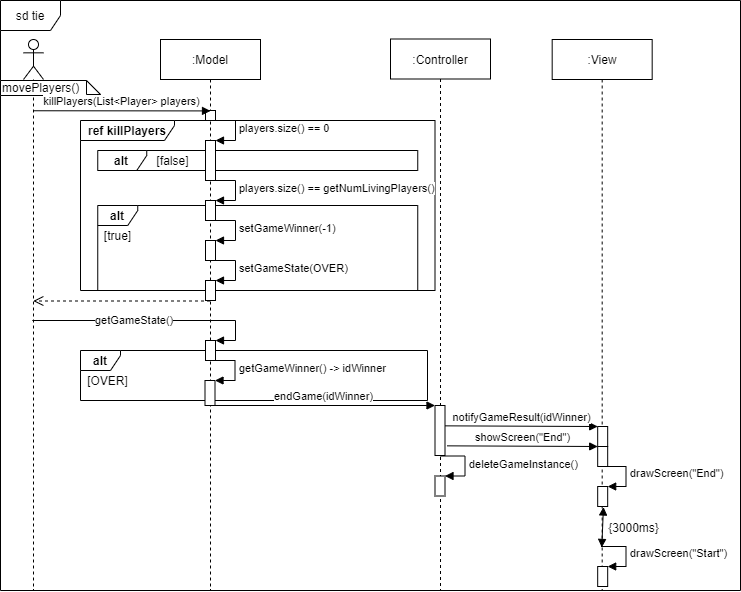
This is Doku/images/SD_UC8Tie.png from KjellooMelloo/gameoftrons, a draw.io export, as it was before one commit. Source tidied: cells renumbered, new cells last; positions are measured from the earlier drawing's top-left corner, leaving out a move shared by most shapes.
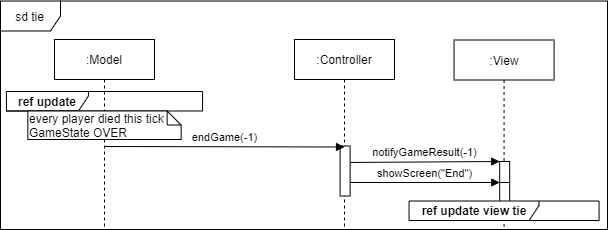
After the change.

Change to the diagram source:
```diff
@@ -3,188 +3,46 @@
     <mxCell id="0" />
     <mxCell id="1" parent="0" />
     <mxCell id="2" value="sd tie" style="shape=umlFrame;whiteSpace=wrap;html=1;fillColor=#ffffff;" parent="1" vertex="1">
-      <mxGeometry width="740" height="590" as="geometry" />
+      <mxGeometry x="-827" y="-618.5" width="607" height="228.5" as="geometry" />
     </mxCell>
-    <mxCell id="3" value="&lt;b&gt;alt&lt;/b&gt;" style="shape=umlFrame;whiteSpace=wrap;html=1;width=40;height=20;" parent="1" vertex="1">
-      <mxGeometry x="80" y="350" width="347" height="50" as="geometry" />
+    <mxCell id="3" value=":Model" style="shape=umlLifeline;perimeter=lifelinePerimeter;whiteSpace=wrap;html=1;" parent="1" vertex="1">
+      <mxGeometry x="-773" y="-580" width="100" height="190" as="geometry" />
     </mxCell>
-    <mxCell id="4" value="&lt;b&gt;alt&lt;/b&gt;" style="shape=umlFrame;whiteSpace=wrap;html=1;width=40;height=20;" parent="1" vertex="1">
-      <mxGeometry x="97.2" y="205" width="320" height="85" as="geometry" />
+    <mxCell id="4" value=":Controller" style="shape=umlLifeline;perimeter=lifelinePerimeter;whiteSpace=wrap;html=1;" parent="1" vertex="1">
+      <mxGeometry x="-533" y="-580" width="100" height="190" as="geometry" />
     </mxCell>
-    <mxCell id="5" value="&lt;b&gt;ref killPlayers&lt;/b&gt;" style="shape=umlFrame;whiteSpace=wrap;html=1;fillColor=#ffffff;width=94;height=20;" parent="1" vertex="1">
-      <mxGeometry x="80" y="120" width="354.5" height="170" as="geometry" />
+    <mxCell id="5" style="html=1;points=[];perimeter=orthogonalPerimeter;" parent="4" vertex="1">
+      <mxGeometry x="45.6" y="106.5" width="10" height="50" as="geometry" />
     </mxCell>
-    <mxCell id="6" value="&lt;b&gt;alt&lt;/b&gt;" style="shape=umlFrame;whiteSpace=wrap;html=1;fillColor=#ffffff;width=49;height=20;" parent="1" vertex="1">
-      <mxGeometry x="97.2" y="150" width="320" height="20" as="geometry" />
+    <mxCell id="6" value=":View" style="shape=umlLifeline;perimeter=lifelinePerimeter;whiteSpace=wrap;html=1;" parent="1" vertex="1">
+      <mxGeometry x="-373.4" y="-579.5" width="100" height="189.5" as="geometry" />
     </mxCell>
-    <mxCell id="7" value=":Model" style="shape=umlLifeline;perimeter=lifelinePerimeter;whiteSpace=wrap;html=1;outlineConnect=0;" parent="1" vertex="1">
-      <mxGeometry x="160" y="39" width="100" height="551" as="geometry" />
+    <mxCell id="7" style="html=1;points=[];perimeter=orthogonalPerimeter;" parent="6" vertex="1">
+      <mxGeometry x="45.6" y="142.5" width="10" height="20" as="geometry" />
     </mxCell>
-    <mxCell id="8" style="html=1;points=[];perimeter=orthogonalPerimeter;" parent="7" vertex="1">
-      <mxGeometry x="45" y="161" width="10" height="20" as="geometry" />
+    <mxCell id="8" style="html=1;points=[];perimeter=orthogonalPerimeter;" parent="6" vertex="1">
+      <mxGeometry x="45.6" y="121.5" width="10" height="21" as="geometry" />
     </mxCell>
-    <mxCell id="9" value="players.size() == getNumLivingPlayers()" style="edgeStyle=orthogonalEdgeStyle;html=1;align=left;spacingLeft=2;endArrow=block;rounded=0;entryX=1;entryY=0;" parent="7" edge="1" target="8">
-      <mxGeometry relative="1" as="geometry">
-        <mxPoint x="50" y="141" as="sourcePoint" />
-        <Array as="points">
-          <mxPoint x="75" y="141" />
-        </Array>
-      </mxGeometry>
+    <mxCell id="9" value="showScreen(&quot;End&quot;)" style="html=1;verticalAlign=bottom;endArrow=block;entryX=0;entryY=0;" parent="1" edge="1" source="5" target="7">
+      <mxGeometry relative="1" as="geometry" />
     </mxCell>
-    <mxCell id="10" style="html=1;points=[];perimeter=orthogonalPerimeter;" parent="7" vertex="1">
-      <mxGeometry x="45" y="201" width="10" height="20" as="geometry" />
+    <mxCell id="10" value="notifyGameResult(-1)" style="html=1;verticalAlign=bottom;endArrow=block;entryX=0;entryY=0;exitX=1.047;exitY=0.329;exitDx=0;exitDy=0;exitPerimeter=0;" parent="1" edge="1" source="5" target="8">
+      <mxGeometry relative="1" as="geometry" />
     </mxCell>
-    <mxCell id="11" value="setGameWinner(-1)" style="edgeStyle=orthogonalEdgeStyle;html=1;align=left;spacingLeft=2;endArrow=block;rounded=0;entryX=1;entryY=0;" parent="7" edge="1" target="10">
+    <mxCell id="11" value="endGame(-1)" style="html=1;verticalAlign=bottom;endArrow=block;" parent="1" edge="1">
       <mxGeometry relative="1" as="geometry">
-        <mxPoint x="50" y="181" as="sourcePoint" />
-        <Array as="points">
-          <mxPoint x="75" y="181" />
-        </Array>
+        <mxPoint x="-723.3" y="-473" as="sourcePoint" />
+        <mxPoint x="-483" y="-472.5" as="targetPoint" />
       </mxGeometry>
     </mxCell>
-    <mxCell id="12" style="html=1;points=[];perimeter=orthogonalPerimeter;" parent="7" vertex="1">
-      <mxGeometry x="45" y="241" width="10" height="20" as="geometry" />
+    <mxCell id="12" value="&lt;b&gt;ref update&lt;/b&gt;" style="shape=umlFrame;whiteSpace=wrap;html=1;fillColor=#ffffff;width=82;height=20;" parent="1" vertex="1">
+      <mxGeometry x="-821.1" y="-528" width="196.1" height="19.5" as="geometry" />
     </mxCell>
-    <mxCell id="13" value="setGameState(OVER)" style="edgeStyle=orthogonalEdgeStyle;html=1;align=left;spacingLeft=2;endArrow=block;rounded=0;entryX=1;entryY=0;" parent="7" edge="1" target="12">
-      <mxGeometry relative="1" as="geometry">
-        <mxPoint x="50" y="221" as="sourcePoint" />
-        <Array as="points">
-          <mxPoint x="75" y="221" />
-        </Array>
-      </mxGeometry>
+    <mxCell id="13" value="every player died this tick&lt;br&gt;GameState OVER" style="shape=note;whiteSpace=wrap;html=1;size=14;verticalAlign=top;align=left;spacingTop=-6;" parent="1" vertex="1">
+      <mxGeometry x="-799.7" y="-508.5" width="153.3" height="28.5" as="geometry" />
     </mxCell>
-    <mxCell id="14" style="html=1;points=[];perimeter=orthogonalPerimeter;" parent="7" vertex="1">
-      <mxGeometry x="45" y="301" width="10" height="20" as="geometry" />
+    <mxCell id="14" value="&lt;b&gt;ref update view tie&lt;/b&gt;" style="shape=umlFrame;whiteSpace=wrap;html=1;fillColor=#ffffff;width=130;height=20;" parent="1" vertex="1">
+      <mxGeometry x="-418.4" y="-418.5" width="190" height="19.5" as="geometry" />
     </mxCell>
-    <mxCell id="15" style="html=1;perimeter=orthogonalPerimeter;" parent="1" vertex="1">
-      <mxGeometry x="205" y="110" width="10" height="10" as="geometry" />
-    </mxCell>
-    <mxCell id="16" style="shape=umlLifeline;participant=umlActor;perimeter=lifelinePerimeter;whiteSpace=wrap;html=1;verticalAlign=top;spacingTop=36;labelBackgroundColor=#ffffff;outlineConnect=0;" parent="1" vertex="1">
-      <mxGeometry x="23" y="39" width="20" height="551" as="geometry" />
-    </mxCell>
-    <mxCell id="17" value=":Controller" style="shape=umlLifeline;perimeter=lifelinePerimeter;whiteSpace=wrap;html=1;" parent="1" vertex="1">
-      <mxGeometry x="390" y="38.5" width="100" height="551.5" as="geometry" />
-    </mxCell>
-    <mxCell id="18" value=":View" style="shape=umlLifeline;perimeter=lifelinePerimeter;whiteSpace=wrap;html=1;" parent="1" vertex="1">
-      <mxGeometry x="551.7" y="39" width="100" height="551" as="geometry" />
-    </mxCell>
-    <mxCell id="19" value="movePlayers()" style="shape=note;whiteSpace=wrap;html=1;size=14;verticalAlign=top;align=left;spacingTop=-6;" parent="1" vertex="1">
-      <mxGeometry y="80" width="100" height="15" as="geometry" />
-    </mxCell>
-    <mxCell id="20" style="html=1;points=[];perimeter=orthogonalPerimeter;" parent="1" vertex="1">
-      <mxGeometry x="434.5" y="405" width="10" height="50" as="geometry" />
-    </mxCell>
-    <mxCell id="21" style="html=1;points=[];perimeter=orthogonalPerimeter;" parent="1" vertex="1">
-      <mxGeometry x="434.5" y="475.5" width="10" height="20" as="geometry" />
-    </mxCell>
-    <mxCell id="22" value="deleteGameInstance()" style="edgeStyle=orthogonalEdgeStyle;html=1;align=left;spacingLeft=2;endArrow=block;rounded=0;entryX=1;entryY=0;" parent="1" edge="1" target="21">
-      <mxGeometry relative="1" as="geometry">
-        <mxPoint x="439.5" y="455.5" as="sourcePoint" />
-        <Array as="points">
-          <mxPoint x="464.5" y="455.5" />
-        </Array>
-      </mxGeometry>
-    </mxCell>
-    <mxCell id="23" style="html=1;points=[];perimeter=orthogonalPerimeter;" parent="1" vertex="1">
-      <mxGeometry x="597.2" y="446" width="10" height="20" as="geometry" />
-    </mxCell>
-    <mxCell id="24" style="html=1;points=[];perimeter=orthogonalPerimeter;" parent="1" vertex="1">
-      <mxGeometry x="597.2" y="486" width="10" height="20" as="geometry" />
-    </mxCell>
-    <mxCell id="25" value="drawScreen(&quot;End&quot;)" style="edgeStyle=orthogonalEdgeStyle;html=1;align=left;spacingLeft=2;endArrow=block;rounded=0;entryX=1;entryY=0;" parent="1" edge="1" target="24">
-      <mxGeometry relative="1" as="geometry">
-        <mxPoint x="600.5" y="466" as="sourcePoint" />
-        <Array as="points">
-          <mxPoint x="625.5" y="466" />
-        </Array>
-      </mxGeometry>
-    </mxCell>
-    <mxCell id="26" style="html=1;points=[];perimeter=orthogonalPerimeter;" parent="1" vertex="1">
-      <mxGeometry x="597.2" y="566" width="10" height="20" as="geometry" />
-    </mxCell>
-    <mxCell id="27" value="drawScreen(&quot;Start&quot;)" style="edgeStyle=orthogonalEdgeStyle;html=1;align=left;spacingLeft=2;endArrow=block;rounded=0;entryX=1;entryY=0;" parent="1" edge="1" target="26">
-      <mxGeometry relative="1" as="geometry">
-        <mxPoint x="600.5" y="546" as="sourcePoint" />
-        <Array as="points">
-          <mxPoint x="625.5" y="546" />
-        </Array>
-      </mxGeometry>
-    </mxCell>
-    <mxCell id="28" style="endArrow=block;startArrow=block;endFill=1;startFill=1;html=1;exitX=0.478;exitY=1.025;exitDx=0;exitDy=0;exitPerimeter=0;entryX=0.501;entryY=0.889;entryDx=0;entryDy=0;entryPerimeter=0;" parent="1" edge="1">
-      <mxGeometry relative="1" as="geometry">
-        <mxPoint x="603" y="506.5" as="sourcePoint" />
-        <mxPoint x="601.3" y="546.9" as="targetPoint" />
-      </mxGeometry>
-    </mxCell>
-    <mxCell id="29" style="html=1;points=[];perimeter=orthogonalPerimeter;" parent="1" vertex="1">
-      <mxGeometry x="597.2" y="426" width="10" height="20" as="geometry" />
-    </mxCell>
-    <mxCell id="30" value="showScreen(&quot;End&quot;)" style="html=1;verticalAlign=bottom;endArrow=block;entryX=0;entryY=0;exitX=1.233;exitY=0.807;exitDx=0;exitDy=0;exitPerimeter=0;" parent="1" edge="1" source="20" target="23">
-      <mxGeometry relative="1" as="geometry" />
-    </mxCell>
-    <mxCell id="31" value="{3000ms}" style="text;html=1;align=center;verticalAlign=middle;" parent="1" vertex="1">
-      <mxGeometry x="597.5" y="517" width="70" height="20" as="geometry" />
-    </mxCell>
-    <mxCell id="32" value="notifyGameResult(idWinner)" style="html=1;verticalAlign=bottom;endArrow=block;entryX=0;entryY=0;exitX=1.033;exitY=0.407;exitDx=0;exitDy=0;exitPerimeter=0;" parent="1" edge="1" source="20" target="29">
-      <mxGeometry relative="1" as="geometry" />
-    </mxCell>
-    <mxCell id="33" style="html=1;points=[];perimeter=orthogonalPerimeter;" parent="1" vertex="1">
-      <mxGeometry x="204.5" y="380" width="10" height="25" as="geometry" />
-    </mxCell>
-    <mxCell id="34" value="getGameWinner() -&amp;gt; idWinner" style="edgeStyle=orthogonalEdgeStyle;html=1;align=left;spacingLeft=2;endArrow=block;rounded=0;entryX=1;entryY=0;" parent="1" edge="1" target="33">
-      <mxGeometry relative="1" as="geometry">
-        <mxPoint x="209.5" y="360" as="sourcePoint" />
-        <Array as="points">
-          <mxPoint x="234.5" y="360" />
-        </Array>
-      </mxGeometry>
-    </mxCell>
-    <mxCell id="35" value="endGame(idWinner)" style="html=1;verticalAlign=bottom;endArrow=block;entryX=0;entryY=0;exitX=0.5;exitY=1;exitDx=0;exitDy=0;exitPerimeter=0;" parent="1" edge="1">
-      <mxGeometry relative="1" as="geometry">
-        <mxPoint x="209.5" y="405" as="sourcePoint" />
-        <mxPoint x="434.5" y="405" as="targetPoint" />
-      </mxGeometry>
-    </mxCell>
-    <mxCell id="36" value="killPlayers(List&amp;lt;Player&amp;gt; players)" style="html=1;verticalAlign=bottom;endArrow=block;entryX=0.5;entryY=0.139;entryDx=0;entryDy=0;entryPerimeter=0;" parent="1" edge="1">
-      <mxGeometry relative="1" as="geometry">
-        <mxPoint x="32.5" y="110.3" as="sourcePoint" />
-        <mxPoint x="210" y="110.4" as="targetPoint" />
-      </mxGeometry>
-    </mxCell>
-    <mxCell id="37" style="html=1;points=[];perimeter=orthogonalPerimeter;" parent="1" vertex="1">
-      <mxGeometry x="205" y="140" width="10" height="40" as="geometry" />
-    </mxCell>
-    <mxCell id="38" value="players.size() == 0" style="edgeStyle=orthogonalEdgeStyle;html=1;align=left;spacingLeft=2;endArrow=block;rounded=0;entryX=1;entryY=0;" parent="1" edge="1" target="37">
-      <mxGeometry relative="1" as="geometry">
-        <mxPoint x="210" y="120" as="sourcePoint" />
-        <Array as="points">
-          <mxPoint x="235" y="120" />
-        </Array>
-      </mxGeometry>
-    </mxCell>
-    <mxCell id="39" value="[false]" style="text;html=1;align=center;verticalAlign=middle;" parent="1" vertex="1">
-      <mxGeometry x="147.2" y="150" width="50" height="20" as="geometry" />
-    </mxCell>
-    <mxCell id="40" value="[true]" style="text;html=1;align=center;verticalAlign=middle;" parent="1" vertex="1">
-      <mxGeometry x="97.2" y="225" width="40" height="20" as="geometry" />
-    </mxCell>
-    <mxCell id="41" style="html=1;verticalAlign=bottom;endArrow=open;dashed=1;endSize=8;" parent="1" edge="1">
-      <mxGeometry relative="1" as="geometry">
-        <mxPoint x="209.5" y="300.5" as="sourcePoint" />
-        <mxPoint x="32.8" y="300.5" as="targetPoint" />
-      </mxGeometry>
-    </mxCell>
-    <mxCell id="42" value="getGameState()" style="edgeStyle=orthogonalEdgeStyle;html=1;align=left;spacingLeft=2;endArrow=block;rounded=0;entryX=1;entryY=0;" parent="1" edge="1" source="16" target="14">
-      <mxGeometry x="-0.53" relative="1" as="geometry">
-        <Array as="points">
-          <mxPoint x="235" y="320" />
-          <mxPoint x="235" y="340" />
-        </Array>
-        <mxPoint x="1" as="offset" />
-      </mxGeometry>
-    </mxCell>
-    <mxCell id="43" value="[OVER]" style="text;html=1;align=center;verticalAlign=middle;" parent="1" vertex="1">
-      <mxGeometry x="77.2" y="370" width="60" height="20" as="geometry" />
-    </mxCell>
   </root>
 </mxGraphModel>
```
